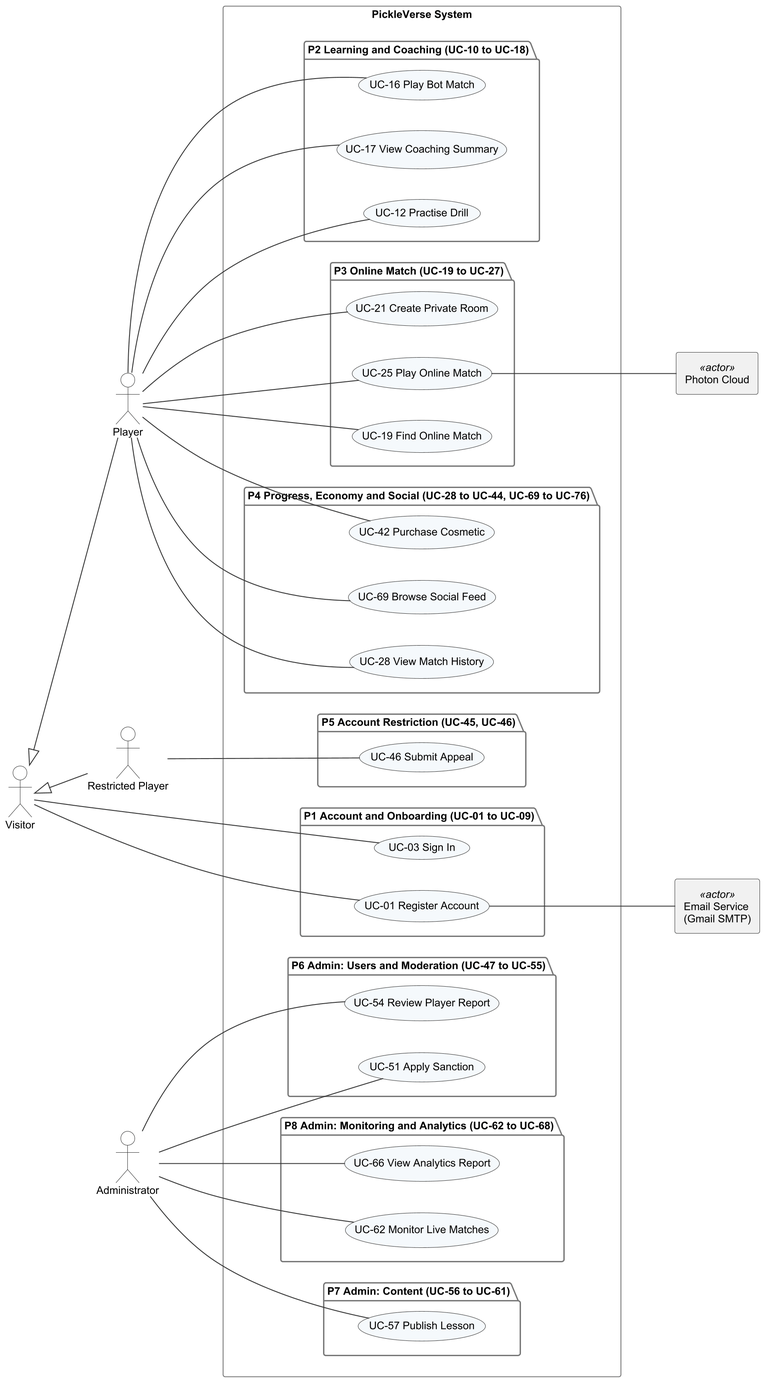
Before: Doc/Project_report/Report/diagrams/png/r3_uc_overview.png, a diagram exported from PlantUML (Tad-Min/PickleVerse).
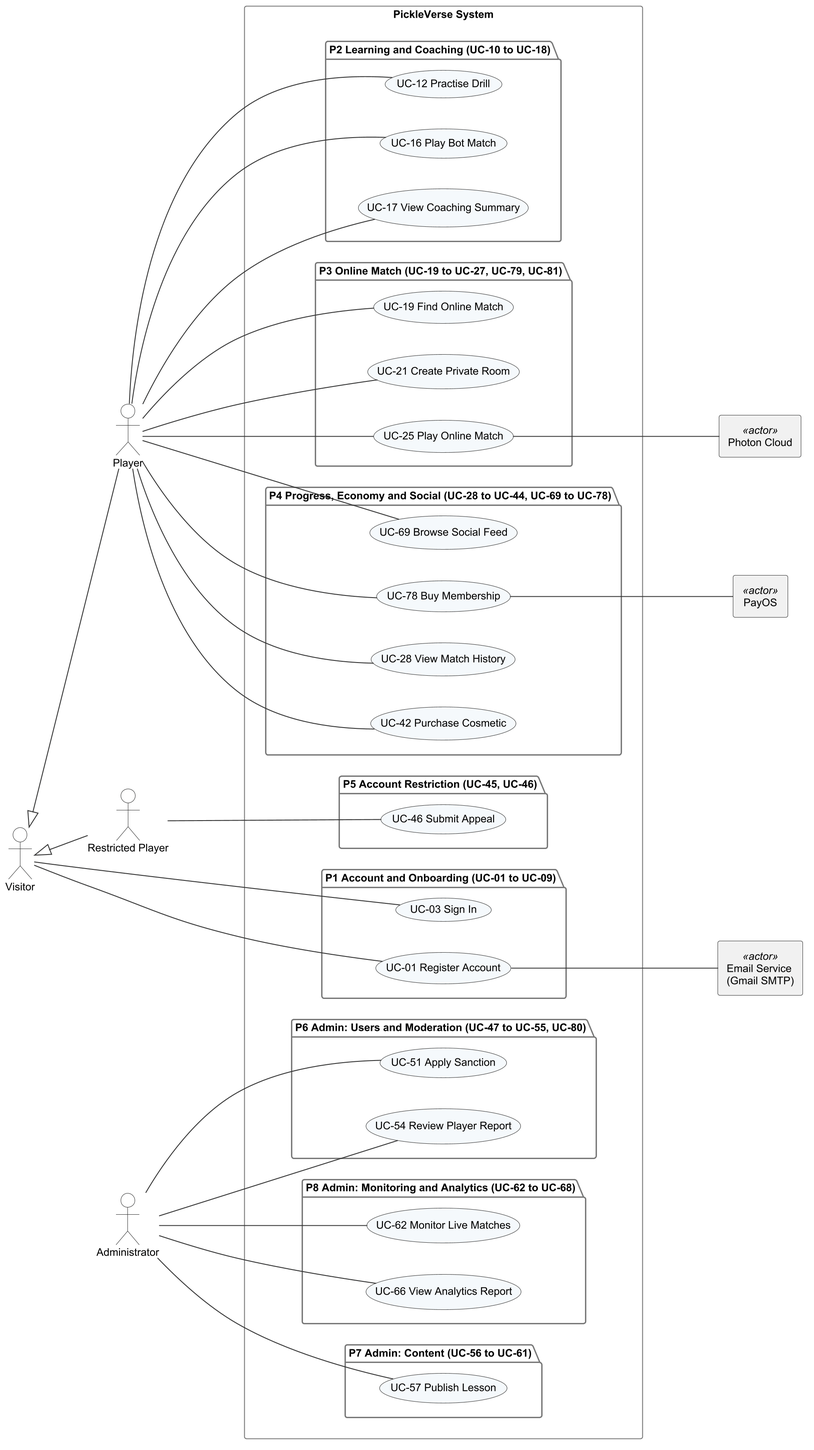
The same diagram one commit later.

What changed in the source:
```diff
@@ -7,6 +7,7 @@
 actor Administrator as Admin
 rectangle "Email Service\n(Gmail SMTP)" as ES <<actor>>
 rectangle "Photon Cloud" as PC <<actor>>
+rectangle "PayOS" as PO <<actor>>
 Player -up-|> Visitor
 RP -up-|> Visitor
 rectangle "PickleVerse System" {
@@ -19,20 +20,21 @@
     usecase "UC-16 Play Bot Match" as U16
     usecase "UC-17 View Coaching Summary" as U17
   }
-  package "P3 Online Match (UC-19 to UC-27)" {
+  package "P3 Online Match (UC-19 to UC-27, UC-79, UC-81)" {
     usecase "UC-19 Find Online Match" as U19
     usecase "UC-21 Create Private Room" as U21
     usecase "UC-25 Play Online Match" as U25
   }
-  package "P4 Progress, Economy and Social (UC-28 to UC-44, UC-69 to UC-76)" {
+  package "P4 Progress, Economy and Social (UC-28 to UC-44, UC-69 to UC-78)" {
     usecase "UC-28 View Match History" as U28
     usecase "UC-42 Purchase Cosmetic" as U42
     usecase "UC-69 Browse Social Feed" as U69
+    usecase "UC-78 Buy Membership" as U78
   }
   package "P5 Account Restriction (UC-45, UC-46)" {
     usecase "UC-46 Submit Appeal" as U46
   }
-  package "P6 Admin: Users and Moderation (UC-47 to UC-55)" {
+  package "P6 Admin: Users and Moderation (UC-47 to UC-55, UC-80)" {
     usecase "UC-51 Apply Sanction" as U51
     usecase "UC-54 Review Player Report" as U54
   }
@@ -55,6 +57,7 @@
 Player -- U28
 Player -- U42
 Player -- U69
+Player -- U78
 RP -- U46
 Admin -- U51
 Admin -- U54
@@ -63,4 +66,5 @@
 Admin -- U66
 U01 -- ES
 U25 -- PC
+U78 -- PO
 @enduml
```
